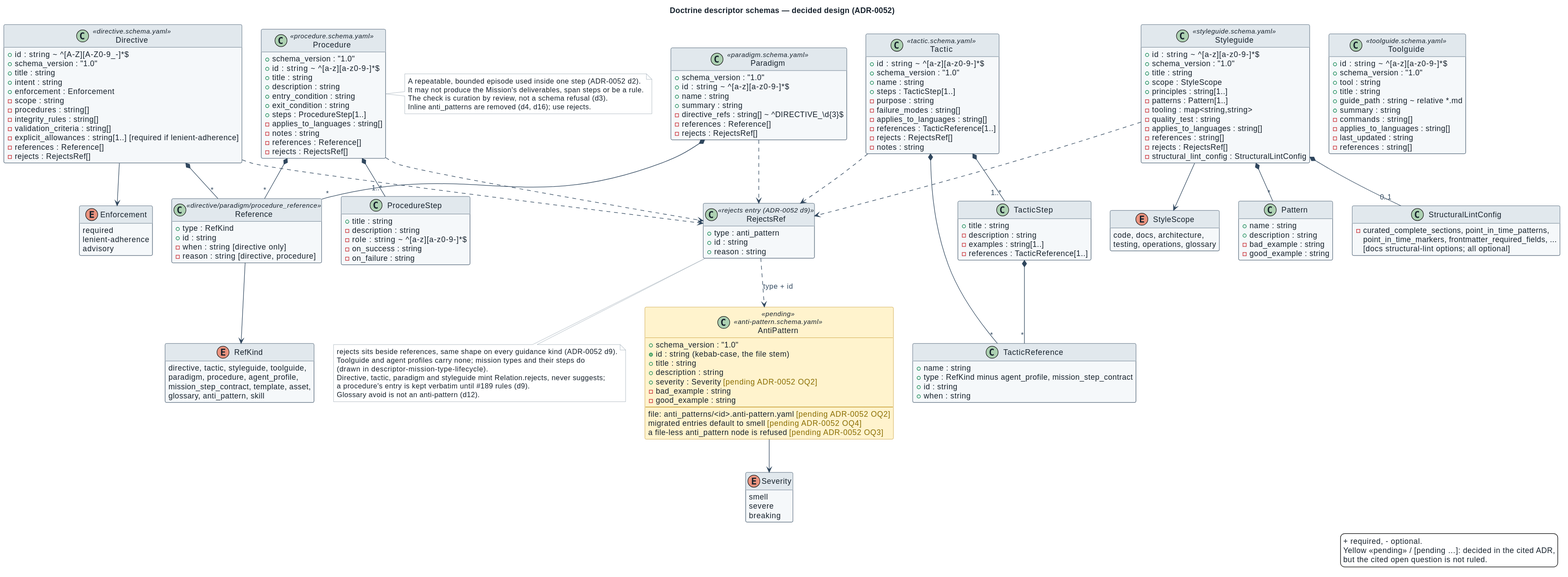
spec-kitty/spec-kitty-charter keeps this PlantUML diagram as docs/architecture/diagrams/descriptor-doctrine-kinds.svg. Above is the earlier version.
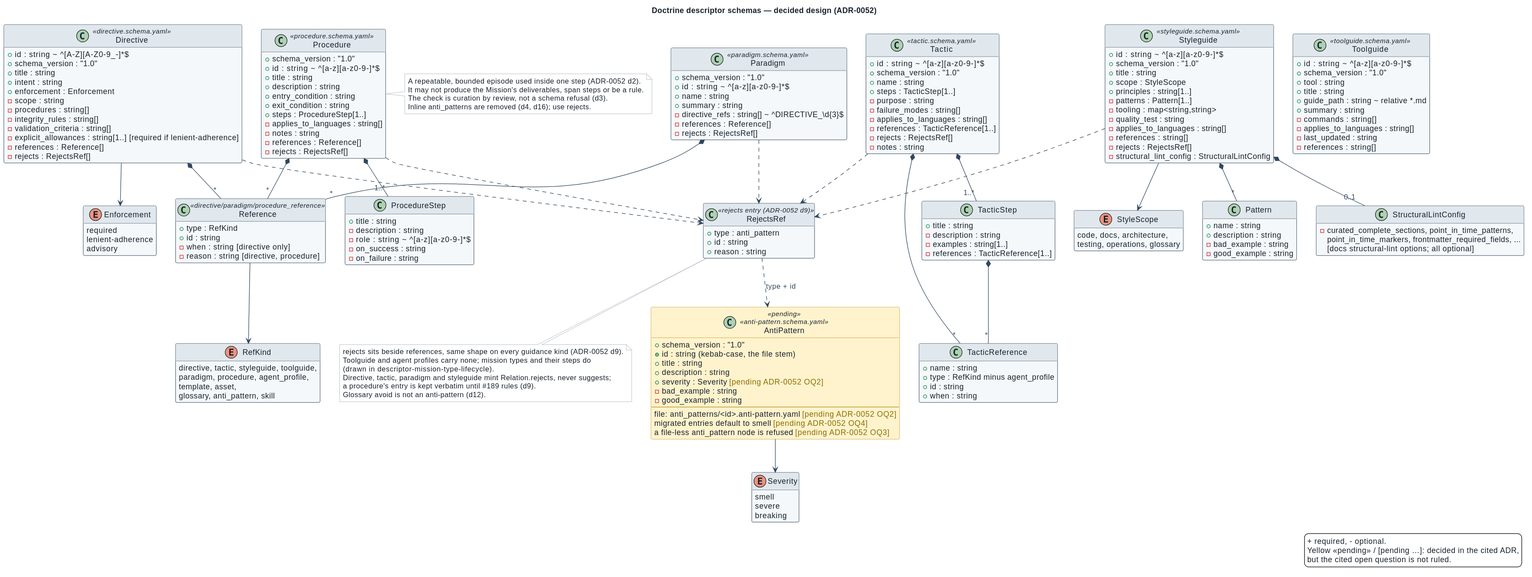
The same file after the commit.

Diff of the diagram source:
```diff
@@ -30,7 +30,7 @@
 enum RefKind {
   directive, tactic, styleguide, toolguide,
   paradigm, procedure, agent_profile,
-  mission_step_contract, template, asset,
+  template, asset,
   glossary, anti_pattern, skill
 }
 
@@ -60,7 +60,7 @@
 }
 class TacticReference {
   + name : string
-  + type : RefKind minus agent_profile, mission_step_contract
+  + type : RefKind minus agent_profile
   + id : string
   + when : string
 }
```
